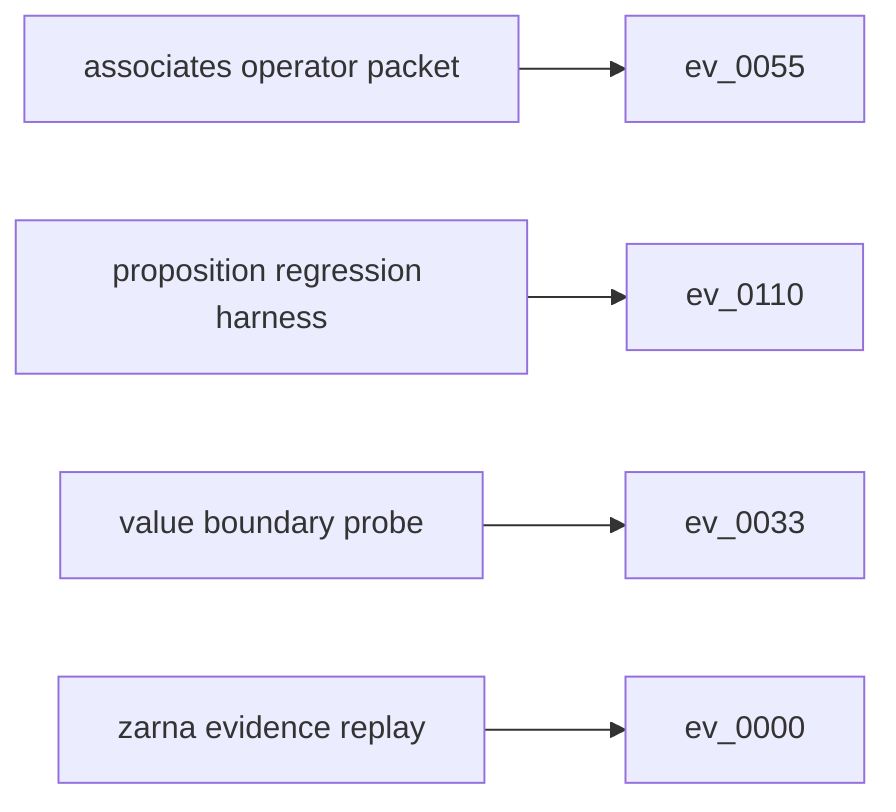
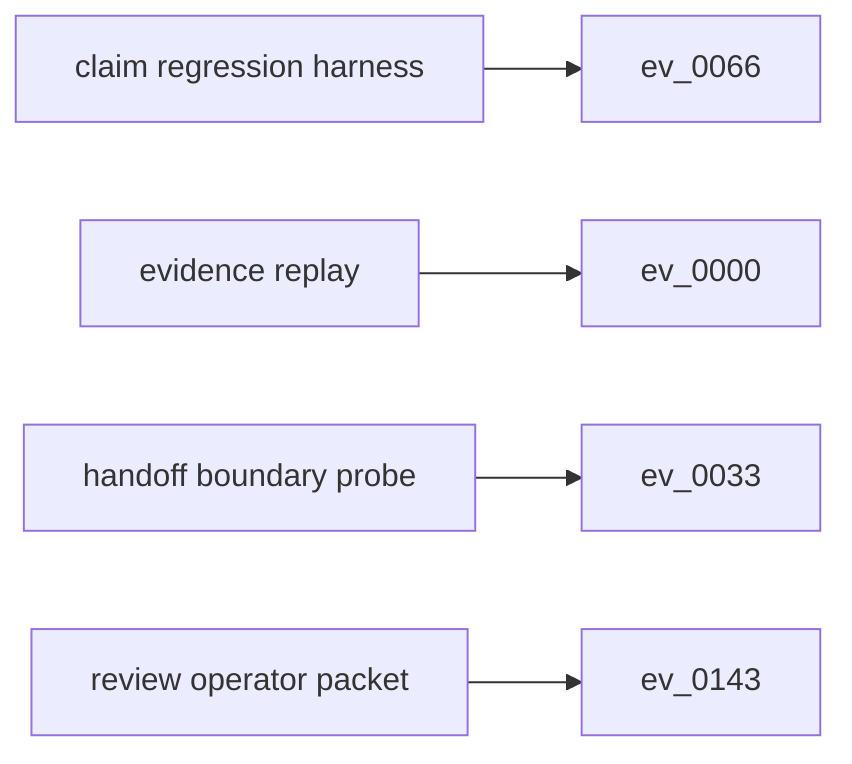
flowchart LR
-   s0["associates operator packet"]
-   e0["ev_0055"]
+   s0["claim regression harness"]
+   e0["ev_0066"]
  s0 --> e0
-   s1["proposition regression harness"]
-   e1["ev_0110"]
+   s1["evidence replay"]
+   e1["ev_0000"]
  s1 --> e1
-   s2["value boundary probe"]
+   s2["handoff boundary probe"]
  e2["ev_0033"]
  s2 --> e2
-   s3["zarna evidence replay"]
-   e3["ev_0000"]
+   s3["review operator packet"]
+   e3["ev_0143"]
  s3 --> e3
